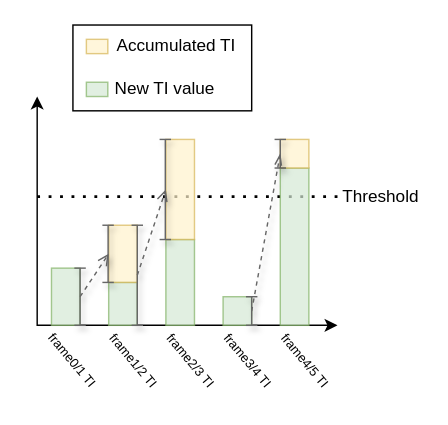
Earlier version of the draw.io diagram page "algo1_illustration" (2 of 4) of state_machine.drawio (McQueen24/34241_final-project). Source tidied: cells renumbered, new cells numbered last; positions are measured from the earlier drawing's top-left corner, leaving out a move shared by most shapes. Both pictures are drawn from the tidied source at 143%, with x=0, y=0 at pixel (33, 24).
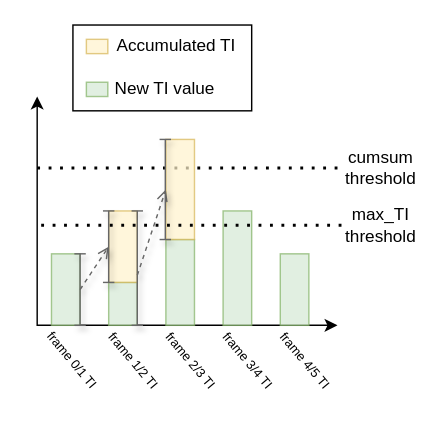
Above is the later version.

Diff of the diagram source:
```diff
@@
     <mxCell id="4" style="endArrow=none;dashed=1;html=1;dashPattern=1 3;strokeWidth=2;rounded=0;" parent="1" edge="1">
       <mxGeometry relative="1" as="geometry">
-        <mxPoint x="2.5" y="120" as="sourcePoint" />
-        <mxPoint x="212.5" y="120" as="targetPoint" />
+        <mxPoint x="2.5" y="100" as="sourcePoint" />
+        <mxPoint x="212.5" y="100" as="targetPoint" />
       </mxGeometry>
     </mxCell>
     <mxCell id="5" style="rounded=0;whiteSpace=wrap;html=1;fillColor=#d5e8d4;strokeColor=#82b366;opacity=70;" parent="1" vertex="1">
-      <mxGeometry x="12.5" y="170" width="20" height="40" as="geometry" />
+      <mxGeometry x="12.5" y="160" width="20" height="50" as="geometry" />
     </mxCell>
@@
     <mxCell id="7" style="rounded=0;whiteSpace=wrap;html=1;fillColor=#fff2cc;strokeColor=#d6b656;opacity=70;" parent="1" vertex="1">
-      <mxGeometry x="52.5" y="140" width="20" height="40" as="geometry" />
+      <mxGeometry x="52.5" y="130" width="20" height="50" as="geometry" />
     </mxCell>
@@
     <mxCell id="10" style="rounded=0;whiteSpace=wrap;html=1;fillColor=#d5e8d4;strokeColor=#82b366;opacity=70;" parent="1" vertex="1">
-      <mxGeometry x="132.5" y="190" width="20" height="20" as="geometry" />
+      <mxGeometry x="132.5" y="130" width="20" height="80" as="geometry" />
     </mxCell>
@@
-    <mxCell id="16" style="endArrow=baseDash;html=1;rounded=0;startArrow=baseDash;startFill=0;endFill=0;entryX=1;entryY=0;entryDx=0;entryDy=0;exitX=1;exitY=1;exitDx=0;exitDy=0;shadow=1;jumpSize=6;fillColor=#f5f5f5;strokeColor=#666666;" parent="1" edge="1">
-      <mxGeometry relative="1" as="geometry">
-        <mxPoint x="52.1" y="180" as="sourcePoint" />
-        <mxPoint x="52.1" y="140" as="targetPoint" />
-      </mxGeometry>
+    <mxCell id="16" style="endArrow=baseDash;html=1;rounded=0;startArrow=baseDash;startFill=0;endFill=0;entryX=0;entryY=0;entryDx=0;entryDy=0;exitX=0;exitY=1;exitDx=0;exitDy=0;shadow=1;jumpSize=6;fillColor=#f5f5f5;strokeColor=#666666;" parent="1" edge="1" source="7" target="7">
+      <mxGeometry relative="1" as="geometry" />
     </mxCell>
     <mxCell id="17" style="rounded=0;whiteSpace=wrap;html=1;fillColor=#d5e8d4;strokeColor=#82b366;opacity=70;" parent="1" vertex="1">
-      <mxGeometry x="172.5" y="100" width="20" height="110" as="geometry" />
+      <mxGeometry x="172.5" y="160" width="20" height="50" as="geometry" />
     </mxCell>
-    <mxCell id="18" style="rounded=0;whiteSpace=wrap;html=1;fillColor=#fff2cc;strokeColor=#d6b656;opacity=70;" parent="1" vertex="1">
-      <mxGeometry x="172.5" y="80" width="20" height="20" as="geometry" />
-    </mxCell>
-    <mxCell id="19" style="endArrow=baseDash;html=1;rounded=0;startArrow=baseDash;startFill=0;endFill=0;entryX=1;entryY=0;entryDx=0;entryDy=0;shadow=1;jumpSize=6;fillColor=#f5f5f5;strokeColor=#666666;exitX=1;exitY=1;exitDx=0;exitDy=0;" parent="1" edge="1" source="10" target="10">
-      <mxGeometry relative="1" as="geometry" />
-    </mxCell>
-    <mxCell id="20" style="endArrow=baseDash;html=1;rounded=0;startArrow=baseDash;startFill=0;endFill=0;entryX=0;entryY=0;entryDx=0;entryDy=0;shadow=1;jumpSize=6;fillColor=#f5f5f5;strokeColor=#666666;exitX=0;exitY=0;exitDx=0;exitDy=0;" parent="1" edge="1" source="17" target="18">
-      <mxGeometry relative="1" as="geometry" />
-    </mxCell>
-    <mxCell id="21" style="endArrow=openThin;html=1;rounded=0;exitX=1;exitY=0.5;exitDx=0;exitDy=0;entryX=0;entryY=0.5;entryDx=0;entryDy=0;shadow=1;jumpSize=6;fillColor=#f5f5f5;strokeColor=#666666;dashed=1;endFill=0;" parent="1" edge="1" source="10" target="18">
-      <mxGeometry relative="1" as="geometry" />
-    </mxCell>
-    <mxCell id="22" value="Threshold" style="text;html=1;align=center;verticalAlign=middle;whiteSpace=wrap;rounded=0;" parent="1" vertex="1">
-      <mxGeometry x="212.5" y="110" width="60" height="20" as="geometry" />
+    <mxCell id="22" value="cumsum threshold" style="text;html=1;align=center;verticalAlign=middle;whiteSpace=wrap;rounded=0;" parent="1" vertex="1">
+      <mxGeometry x="212.5" y="85" width="60" height="30" as="geometry" />
     </mxCell>
@@
-    <mxCell id="27" value="&lt;font style=&quot;font-size: 9px;&quot;&gt;frame0/1 TI&lt;/font&gt;" style="text;html=1;align=center;verticalAlign=middle;whiteSpace=wrap;rounded=0;direction=east;rotation=50;" parent="1" vertex="1">
+    <mxCell id="27" value="&lt;font style=&quot;font-size: 9px;&quot;&gt;frame 0/1 TI&lt;/font&gt;" style="text;html=1;align=center;verticalAlign=middle;whiteSpace=wrap;rounded=0;direction=east;rotation=50;" parent="1" vertex="1">
       <mxGeometry y="224" width="55.6" height="20" as="geometry" />
     </mxCell>
-    <mxCell id="28" value="&lt;font style=&quot;font-size: 9px;&quot;&gt;frame1/2 TI&lt;/font&gt;" style="text;html=1;align=center;verticalAlign=middle;whiteSpace=wrap;rounded=0;direction=east;rotation=50;" parent="1" vertex="1">
+    <mxCell id="28" value="&lt;font style=&quot;font-size: 9px;&quot;&gt;frame 1/2 TI&lt;/font&gt;" style="text;html=1;align=center;verticalAlign=middle;whiteSpace=wrap;rounded=0;direction=east;rotation=50;" parent="1" vertex="1">
       <mxGeometry x="42.5" y="224" width="55.6" height="20" as="geometry" />
     </mxCell>
-    <mxCell id="29" value="&lt;font style=&quot;font-size: 9px;&quot;&gt;frame2/3 TI&lt;/font&gt;" style="text;html=1;align=center;verticalAlign=middle;whiteSpace=wrap;rounded=0;direction=east;rotation=50;" parent="1" vertex="1">
+    <mxCell id="29" value="&lt;font style=&quot;font-size: 9px;&quot;&gt;frame 2/3 TI&lt;/font&gt;" style="text;html=1;align=center;verticalAlign=middle;whiteSpace=wrap;rounded=0;direction=east;rotation=50;" parent="1" vertex="1">
       <mxGeometry x="82.5" y="224" width="55.6" height="20" as="geometry" />
     </mxCell>
-    <mxCell id="30" value="&lt;font style=&quot;font-size: 9px;&quot;&gt;frame3/4 TI&lt;/font&gt;" style="text;html=1;align=center;verticalAlign=middle;whiteSpace=wrap;rounded=0;direction=east;rotation=50;" parent="1" vertex="1">
+    <mxCell id="30" value="&lt;font style=&quot;font-size: 9px;&quot;&gt;frame 3/4 TI&lt;/font&gt;" style="text;html=1;align=center;verticalAlign=middle;whiteSpace=wrap;rounded=0;direction=east;rotation=50;" parent="1" vertex="1">
       <mxGeometry x="122.5" y="224" width="55.6" height="20" as="geometry" />
     </mxCell>
-    <mxCell id="31" value="&lt;font style=&quot;font-size: 9px;&quot;&gt;frame4/5 TI&lt;/font&gt;" style="text;html=1;align=center;verticalAlign=middle;whiteSpace=wrap;rounded=0;direction=east;rotation=50;" parent="1" vertex="1">
+    <mxCell id="31" value="&lt;font style=&quot;font-size: 9px;&quot;&gt;frame 4/5 TI&lt;/font&gt;" style="text;html=1;align=center;verticalAlign=middle;whiteSpace=wrap;rounded=0;direction=east;rotation=50;" parent="1" vertex="1">
       <mxGeometry x="162.5" y="224" width="55.6" height="20" as="geometry" />
     </mxCell>
+    <mxCell id="32" style="endArrow=none;dashed=1;html=1;dashPattern=1 3;strokeWidth=2;rounded=0;" parent="1" edge="1">
+      <mxGeometry relative="1" as="geometry">
+        <mxPoint x="5.3" y="140" as="sourcePoint" />
+        <mxPoint x="215.3" y="140" as="targetPoint" />
+      </mxGeometry>
+    </mxCell>
+    <mxCell id="33" value="max_TI threshold" style="text;html=1;align=center;verticalAlign=middle;whiteSpace=wrap;rounded=0;" parent="1" vertex="1">
+      <mxGeometry x="212.5" y="125" width="60" height="30" as="geometry" />
+    </mxCell>
```
